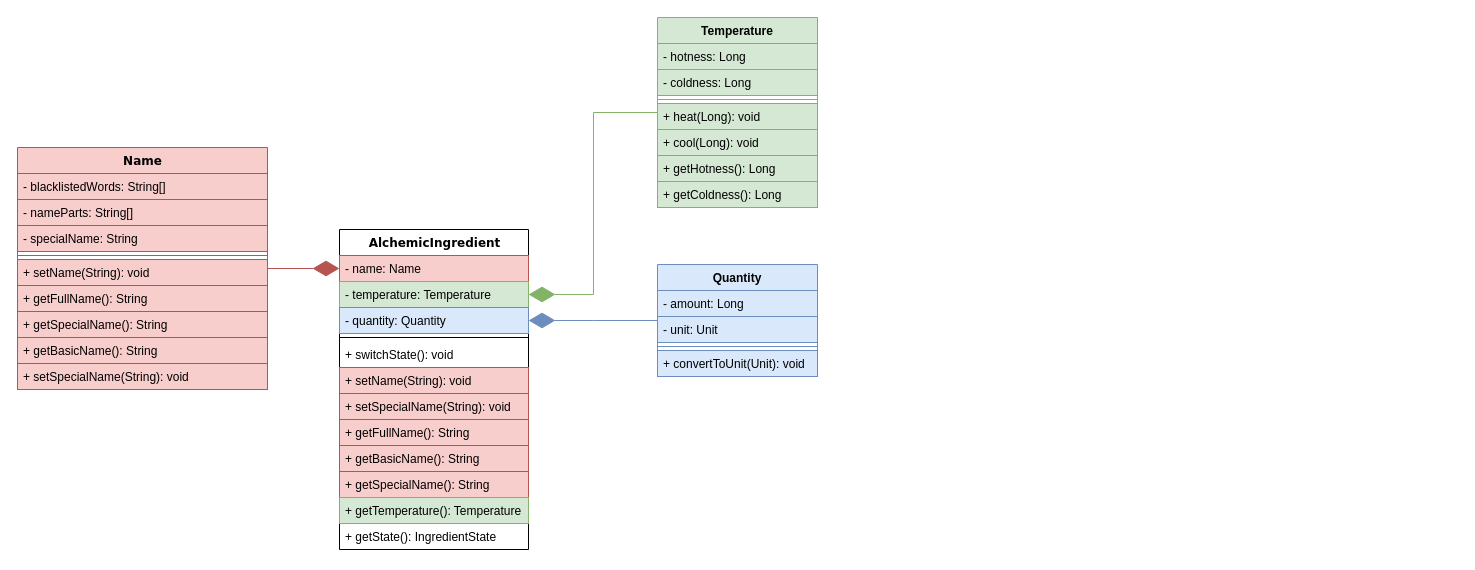
The draw.io diagram ClassDiagram.drawio in Mirovh/KULAK-OOP-exam-project, before the edit. Source tidied: cells renumbered, new cells numbered last; positions are measured from the earlier drawing's top-left corner, leaving out a move shared by most shapes. Both pictures are drawn from the tidied source at 100%, with x=0, y=0 at pixel (17, 17).
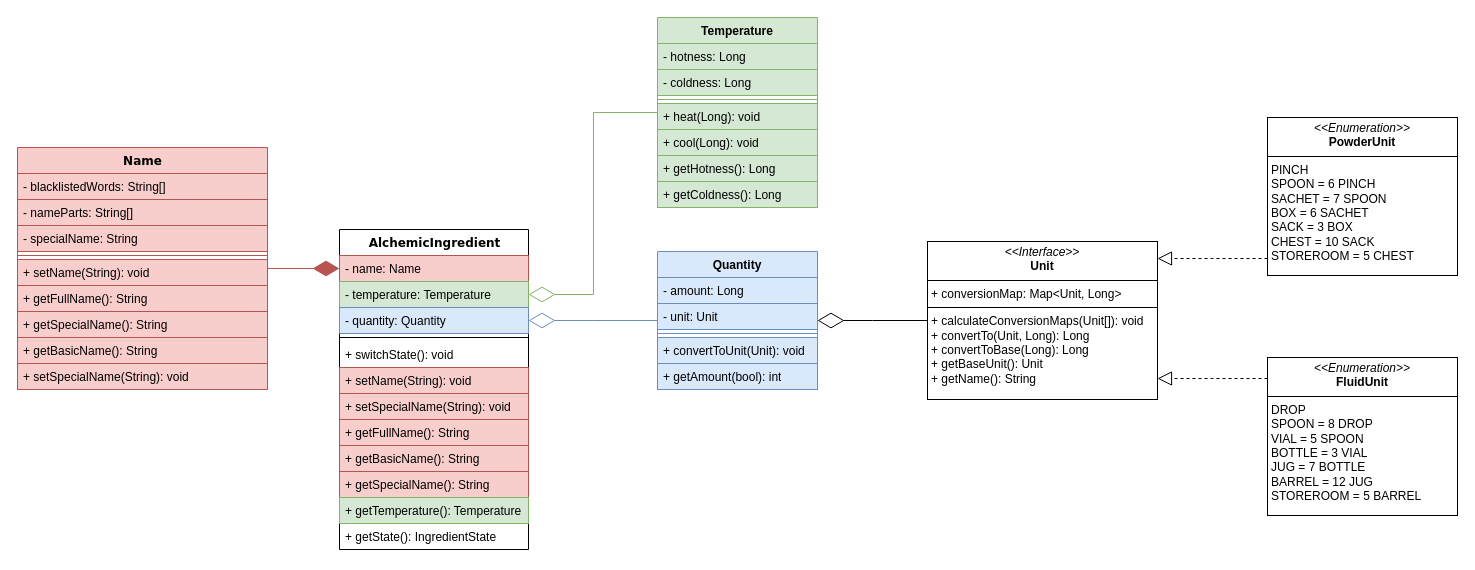
The same diagram, later.

Commit message:
Add Units to UML diagram

The change refers to these unchanged cells:
```xml
<mxCell id="14" value="- temperature: Temperature" style="text;html=1;strokeColor=#82b366;fillColor=#d5e8d4;align=left;verticalAlign=top;spacingLeft=4;spacingRight=4;whiteSpace=wrap;overflow=hidden;points=[[0,0.5],[1,0.5]];portConstraint=eastwest;" parent="12" vertex="1">
  <mxGeometry y="52" width="189" height="26" as="geometry" />
</mxCell>
<mxCell id="15" value="- quantity: Quantity" style="text;html=1;align=left;verticalAlign=top;spacingLeft=4;spacingRight=4;whiteSpace=wrap;overflow=hidden;points=[[0,0.5],[1,0.5]];portConstraint=eastwest;fillColor=#dae8fc;strokeColor=#6c8ebf;" parent="12" vertex="1">
  <mxGeometry y="78" width="189" height="26" as="geometry" />
</mxCell>
<mxCell id="26" value="Temperature" style="swimlane;fontStyle=1;align=center;verticalAlign=top;horizontal=1;startSize=26;whiteSpace=wrap;html=1;fillColor=#d5e8d4;strokeColor=#82b366;" parent="1" vertex="1">
  <mxGeometry x="640" width="160" height="190" as="geometry" />
</mxCell>
```

Diff of the diagram source:
```diff
@@
-    <mxCell id="34" style="endArrow=diamondThin;endFill=1;endSize=24;html=1;rounded=0;fillColor=#d5e8d4;strokeColor=#82b366;flowAnimation=0;edgeStyle=elbowEdgeStyle;" parent="1" edge="1" source="26" target="14">
+    <mxCell id="34" style="endArrow=diamondThin;endFill=0;endSize=24;html=1;rounded=0;fillColor=#d5e8d4;strokeColor=#82b366;flowAnimation=0;edgeStyle=elbowEdgeStyle;" parent="1" edge="1" source="26" target="14">
       <mxGeometry relative="1" as="geometry" />
     </mxCell>
     <mxCell id="35" value="Quantity" style="swimlane;fontStyle=1;align=center;verticalAlign=top;horizontal=1;startSize=26;whiteSpace=wrap;html=1;fillColor=#dae8fc;strokeColor=#6c8ebf;" parent="1" vertex="1">
-      <mxGeometry x="640" y="247" width="160" height="112" as="geometry" />
+      <mxGeometry x="640" y="234" width="160" height="138" as="geometry" />
     </mxCell>
@@
+    <mxCell id="41" value="+ getAmount(bool): int" style="text;strokeColor=#6c8ebf;fillColor=#dae8fc;align=left;verticalAlign=top;spacingLeft=4;spacingRight=4;overflow=hidden;whiteSpace=wrap;html=1;" parent="35" vertex="1">
+      <mxGeometry y="112" width="160" height="26" as="geometry" />
+    </mxCell>
-    <mxCell id="40" style="endArrow=diamondThin;endFill=1;endSize=24;html=1;rounded=0;fillColor=#dae8fc;strokeColor=#6c8ebf;flowAnimation=0;edgeStyle=elbowEdgeStyle;" parent="1" edge="1" source="35" target="15">
+    <mxCell id="40" style="endArrow=diamondThin;endFill=0;endSize=24;html=1;rounded=0;fillColor=#dae8fc;strokeColor=#6c8ebf;flowAnimation=0;edgeStyle=elbowEdgeStyle;" parent="1" edge="1" source="35" target="15">
       <mxGeometry relative="1" as="geometry" />
     </mxCell>
+    <mxCell id="42" value="&lt;p style=&quot;margin:0px;margin-top:4px;text-align:center;&quot;&gt;&lt;i&gt;&amp;lt;&amp;lt;Interface&amp;gt;&amp;gt;&lt;/i&gt;&lt;br&gt;&lt;b&gt;Unit&lt;/b&gt;&lt;/p&gt;&lt;hr size=&quot;1&quot; style=&quot;border-style:solid;&quot;&gt;&lt;p style=&quot;margin:0px;margin-left:4px;&quot;&gt;+ conversionMap: Map&amp;lt;Unit, Long&amp;gt;&lt;br&gt;&lt;/p&gt;&lt;hr size=&quot;1&quot; style=&quot;border-style:solid;&quot;&gt;&lt;p style=&quot;margin:0px;margin-left:4px;&quot;&gt;+ calculateConversionMaps(Unit[]): void&lt;/p&gt;&lt;p style=&quot;margin:0px;margin-left:4px;&quot;&gt;+ convertTo(Unit, Long): Long&lt;/p&gt;&lt;p style=&quot;margin:0px;margin-left:4px;&quot;&gt;+ convertToBase(Long): Long&lt;/p&gt;&lt;p style=&quot;margin:0px;margin-left:4px;&quot;&gt;+ getBaseUnit(): Unit&lt;/p&gt;&lt;p style=&quot;margin:0px;margin-left:4px;&quot;&gt;+ getName(): String&lt;/p&gt;" style="verticalAlign=top;align=left;overflow=fill;html=1;whiteSpace=wrap;" parent="1" vertex="1">
+      <mxGeometry x="910" y="224" width="230" height="158" as="geometry" />
+    </mxCell>
+    <mxCell id="43" value="&lt;p style=&quot;margin:0px;margin-top:4px;text-align:center;&quot;&gt;&lt;i&gt;&amp;lt;&amp;lt;Enumeration&amp;gt;&amp;gt;&lt;/i&gt;&lt;br&gt;&lt;b&gt;PowderUnit&lt;/b&gt;&lt;/p&gt;&lt;hr size=&quot;1&quot; style=&quot;border-style:solid;&quot;&gt;&lt;p style=&quot;margin:0px;margin-left:4px;&quot;&gt;PINCH&lt;/p&gt;&lt;p style=&quot;margin:0px;margin-left:4px;&quot;&gt;SPOON = 6 PINCH&lt;/p&gt;&lt;p style=&quot;margin:0px;margin-left:4px;&quot;&gt;&lt;span style=&quot;background-color: initial;&quot;&gt;SACHET = 7 SPOON&lt;/span&gt;&lt;/p&gt;&lt;p style=&quot;margin:0px;margin-left:4px;&quot;&gt;&lt;span style=&quot;background-color: initial;&quot;&gt;BOX = 6 SACHET&lt;/span&gt;&lt;/p&gt;&lt;p style=&quot;margin:0px;margin-left:4px;&quot;&gt;&lt;span style=&quot;background-color: initial;&quot;&gt;SACK = 3 BOX&lt;/span&gt;&lt;/p&gt;&lt;p style=&quot;margin:0px;margin-left:4px;&quot;&gt;&lt;span style=&quot;background-color: initial;&quot;&gt;CHEST = 10 SACK&lt;/span&gt;&lt;/p&gt;&lt;p style=&quot;margin:0px;margin-left:4px;&quot;&gt;&lt;span style=&quot;background-color: initial;&quot;&gt;STOREROOM = 5 CHEST&lt;/span&gt;&lt;/p&gt;" style="verticalAlign=top;align=left;overflow=fill;html=1;whiteSpace=wrap;" parent="1" vertex="1">
+      <mxGeometry x="1250" y="100" width="190" height="158" as="geometry" />
+    </mxCell>
+    <mxCell id="44" value="&lt;p style=&quot;margin:0px;margin-top:4px;text-align:center;&quot;&gt;&lt;i&gt;&amp;lt;&amp;lt;Enumeration&amp;gt;&amp;gt;&lt;/i&gt;&lt;br&gt;&lt;b&gt;FluidUnit&lt;/b&gt;&lt;/p&gt;&lt;hr size=&quot;1&quot; style=&quot;border-style:solid;&quot;&gt;&lt;p style=&quot;margin:0px;margin-left:4px;&quot;&gt;DROP&lt;/p&gt;&lt;p style=&quot;margin:0px;margin-left:4px;&quot;&gt;SPOON = 8&amp;nbsp;&lt;span style=&quot;background-color: initial;&quot;&gt;DROP&lt;/span&gt;&lt;/p&gt;&lt;p style=&quot;margin:0px;margin-left:4px;&quot;&gt;&lt;span style=&quot;background-color: initial;&quot;&gt;VIAL = 5 SPOON&lt;/span&gt;&lt;/p&gt;&lt;p style=&quot;margin:0px;margin-left:4px;&quot;&gt;&lt;span style=&quot;background-color: initial;&quot;&gt;BOTTLE = 3&amp;nbsp;&lt;/span&gt;&lt;span style=&quot;background-color: initial;&quot;&gt;VIAL&lt;/span&gt;&lt;span style=&quot;background-color: initial;&quot;&gt;&amp;nbsp;&lt;/span&gt;&lt;/p&gt;&lt;p style=&quot;margin:0px;margin-left:4px;&quot;&gt;&lt;span style=&quot;background-color: initial;&quot;&gt;JUG = 7&amp;nbsp;&lt;/span&gt;&lt;span style=&quot;background-color: initial;&quot;&gt;BOTTLE&lt;/span&gt;&lt;span style=&quot;background-color: initial;&quot;&gt;&amp;nbsp;&lt;/span&gt;&lt;/p&gt;&lt;p style=&quot;margin:0px;margin-left:4px;&quot;&gt;&lt;span style=&quot;background-color: initial;&quot;&gt;BARREL = 12&amp;nbsp;&lt;/span&gt;&lt;span style=&quot;background-color: initial;&quot;&gt;JUG&lt;/span&gt;&lt;span style=&quot;background-color: initial;&quot;&gt;&amp;nbsp;&lt;/span&gt;&lt;/p&gt;&lt;p style=&quot;margin:0px;margin-left:4px;&quot;&gt;&lt;span style=&quot;background-color: initial;&quot;&gt;STOREROOM = 5&amp;nbsp;&lt;/span&gt;&lt;span style=&quot;background-color: initial;&quot;&gt;BARREL&lt;/span&gt;&lt;span style=&quot;background-color: initial;&quot;&gt;&amp;nbsp;&lt;/span&gt;&lt;/p&gt;" style="verticalAlign=top;align=left;overflow=fill;html=1;whiteSpace=wrap;" parent="1" vertex="1">
+      <mxGeometry x="1250" y="340" width="190" height="158" as="geometry" />
+    </mxCell>
+    <mxCell id="45" style="endArrow=diamondThin;endFill=0;endSize=24;html=1;rounded=0;flowAnimation=0;edgeStyle=elbowEdgeStyle;" parent="1" edge="1" source="42" target="35">
+      <mxGeometry relative="1" as="geometry" />
+    </mxCell>
+    <mxCell id="46" style="endArrow=block;dashed=1;endFill=0;endSize=12;html=1;rounded=0;edgeStyle=elbowEdgeStyle;elbow=vertical;" parent="1" edge="1" source="43" target="42">
+      <mxGeometry relative="1" as="geometry" />
+    </mxCell>
+    <mxCell id="47" style="endArrow=block;dashed=1;endFill=0;endSize=12;html=1;rounded=0;edgeStyle=elbowEdgeStyle;elbow=vertical;" parent="1" edge="1" source="44" target="42">
+      <mxGeometry relative="1" as="geometry" />
+    </mxCell>
```
